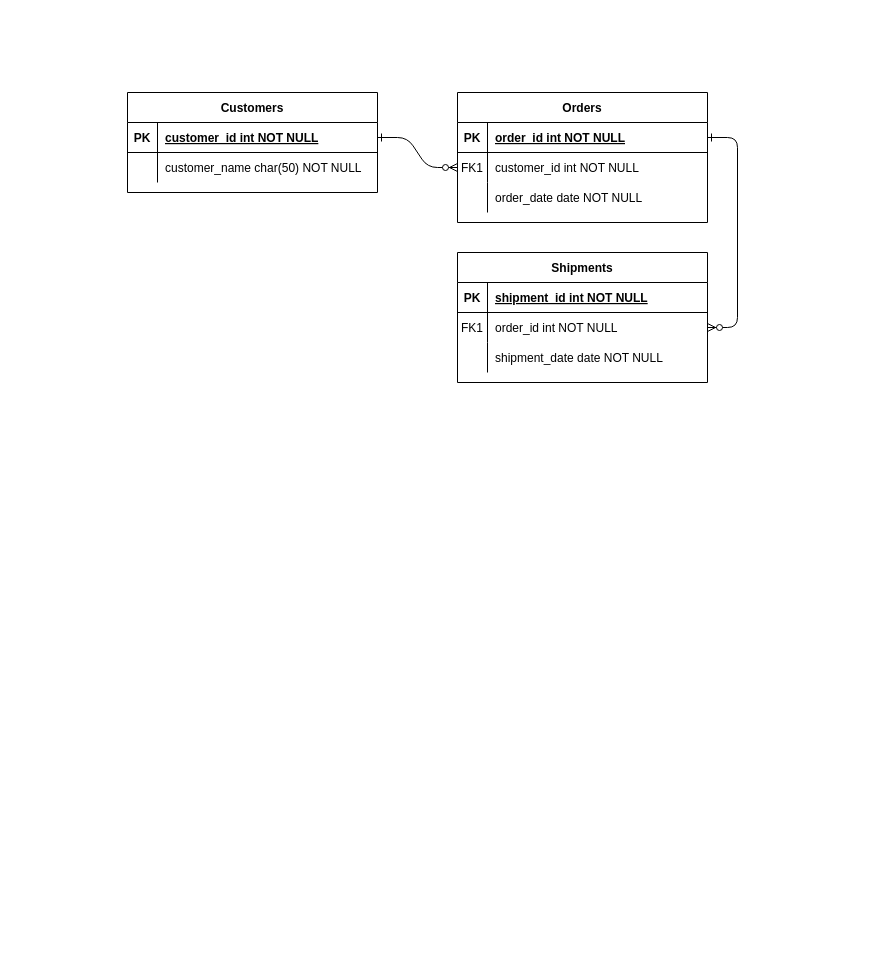
Earlier version of the draw.io diagram Untitled Diagram.drawio (brsosa/sosa). Source tidied: cells renumbered, new cells numbered last; positions are measured from the earlier drawing's top-left corner, leaving out a move shared by most shapes. Both pictures are drawn from the tidied source at 100%, with x=0, y=0 at pixel (127, 92).
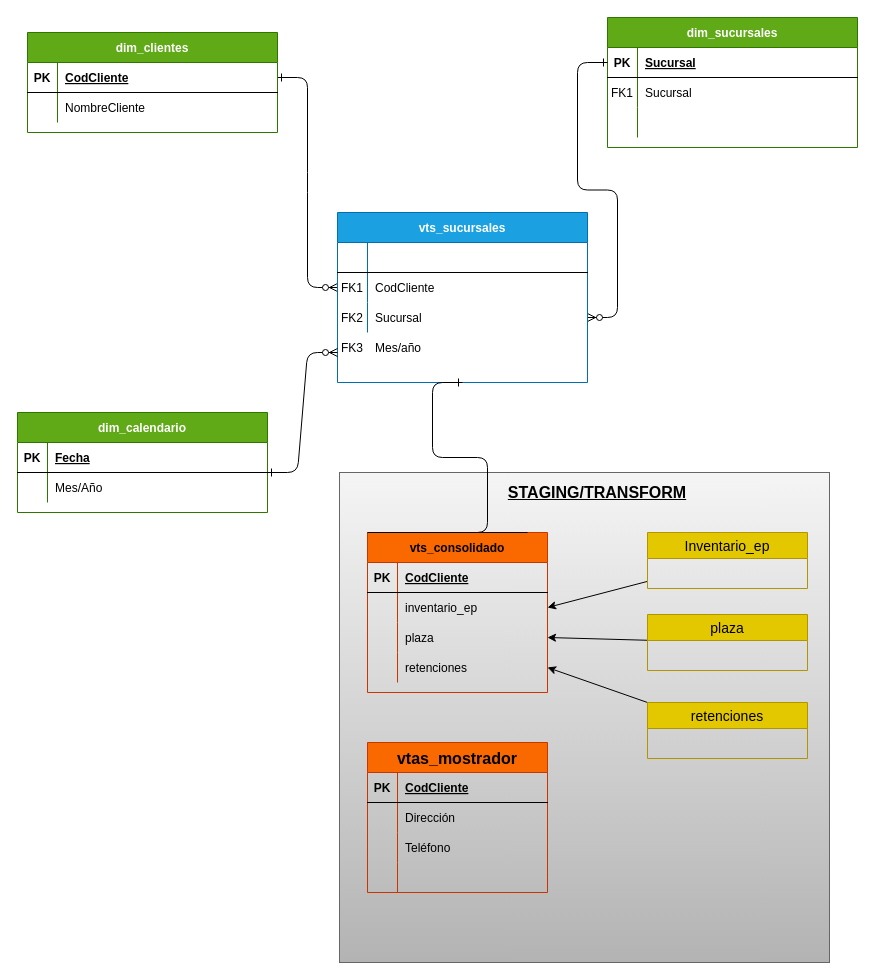
The same diagram, later.

Commit message:
Data Model Suc

The change refers to these unchanged cells:
```xml
<mxCell id="15" style="shape=partialRectangle;fillColor=none;points=[[0,0.5],[1,0.5]];portConstraint=eastwest;top=0;left=0;right=0;bottom=1;" parent="14" vertex="1">
  <mxGeometry y="30" width="250" height="30" as="geometry" />
</mxCell>
<mxCell id="18" style="shape=partialRectangle;fillColor=none;points=[[0,0.5],[1,0.5]];portConstraint=eastwest;top=0;left=0;right=0;bottom=0;" parent="14" vertex="1">
  <mxGeometry y="60" width="250" height="30" as="geometry" />
</mxCell>
<mxCell id="21" style="shape=partialRectangle;fillColor=none;top=0;left=0;right=0;bottom=0;" parent="14" vertex="1">
  <mxGeometry y="90" width="250" height="30" as="geometry" />
</mxCell>
<mxCell id="25" style="shape=partialRectangle;fillColor=none;points=[[0,0.5],[1,0.5]];portConstraint=eastwest;top=0;left=0;right=0;bottom=1;" parent="24" vertex="1">
  <mxGeometry y="30" width="250" height="30" as="geometry" />
</mxCell>
<mxCell id="28" style="shape=partialRectangle;fillColor=none;top=0;left=0;right=0;bottom=0;" parent="24" vertex="1">
  <mxGeometry y="60" width="250" height="30" as="geometry" />
</mxCell>
```

Diff of the diagram source:
```diff
@@
+    <mxCell id="31" style="whiteSpace=wrap;html=1;fontSize=16;strokeWidth=1;strokeColor=#666666;gradientColor=#b3b3b3;fillColor=#f5f5f5;" parent="1" vertex="1">
+      <mxGeometry x="212" y="380" width="490" height="490" as="geometry" />
+    </mxCell>
@@
-    <mxCell id="3" style="edgeStyle=entityRelationEdgeStyle;endArrow=ERzeroToMany;startArrow=ERone;endFill=1;startFill=0;" parent="1" edge="1" source="5" target="18">
-      <mxGeometry relative="1" as="geometry" />
-    </mxCell>
-    <mxCell id="4" value="Orders" style="shape=table;startSize=30;childLayout=tableLayout;rowLines=0;fontStyle=1;align=center;" parent="1" vertex="1">
-      <mxGeometry x="330" width="250" height="130" as="geometry" />
-    </mxCell>
-    <mxCell id="5" style="shape=partialRectangle;fillColor=none;points=[[0,0.5],[1,0.5]];portConstraint=eastwest;top=0;left=0;right=0;bottom=1;" parent="4" vertex="1">
-      <mxGeometry y="30" width="250" height="30" as="geometry" />
-    </mxCell>
-    <mxCell id="6" value="PK" style="shape=partialRectangle;overflow=hidden;fillColor=none;top=0;left=0;bottom=0;right=0;fontStyle=1;" parent="5" vertex="1">
-      <mxGeometry width="30" height="30" as="geometry" />
-    </mxCell>
-    <mxCell id="7" value="order_id int NOT NULL " style="shape=partialRectangle;overflow=hidden;fillColor=none;top=0;left=0;bottom=0;right=0;align=left;spacingLeft=6;fontStyle=5;" parent="5" vertex="1">
-      <mxGeometry x="30" width="220" height="30" as="geometry" />
-    </mxCell>
-    <mxCell id="8" style="shape=partialRectangle;fillColor=none;points=[[0,0.5],[1,0.5]];portConstraint=eastwest;top=0;left=0;right=0;bottom=0;" parent="4" vertex="1">
-      <mxGeometry y="60" width="250" height="30" as="geometry" />
-    </mxCell>
-    <mxCell id="9" value="FK1" style="shape=partialRectangle;overflow=hidden;fillColor=none;top=0;left=0;bottom=0;right=0;" parent="8" vertex="1">
-      <mxGeometry width="30" height="30" as="geometry" />
-    </mxCell>
-    <mxCell id="10" value="customer_id int NOT NULL" style="shape=partialRectangle;overflow=hidden;fillColor=none;top=0;left=0;bottom=0;right=0;align=left;spacingLeft=6;" parent="8" vertex="1">
-      <mxGeometry x="30" width="220" height="30" as="geometry" />
-    </mxCell>
-    <mxCell id="11" style="shape=partialRectangle;fillColor=none;points=[[0,0.5],[1,0.5]];portConstraint=eastwest;top=0;left=0;right=0;bottom=0;" parent="4" vertex="1">
-      <mxGeometry y="90" width="250" height="30" as="geometry" />
-    </mxCell>
-    <mxCell id="12" style="shape=partialRectangle;overflow=hidden;fillColor=none;top=0;left=0;bottom=0;right=0;" parent="11" vertex="1">
-      <mxGeometry width="30" height="30" as="geometry" />
-    </mxCell>
-    <mxCell id="13" value="order_date date NOT NULL" style="shape=partialRectangle;overflow=hidden;fillColor=none;top=0;left=0;bottom=0;right=0;align=left;spacingLeft=6;" parent="11" vertex="1">
-      <mxGeometry x="30" width="220" height="30" as="geometry" />
-    </mxCell>
-    <mxCell id="14" value="Shipments" style="shape=table;startSize=30;childLayout=tableLayout;rowLines=0;fontStyle=1;align=center;" parent="1" vertex="1">
-      <mxGeometry x="330" y="160" width="250" height="130" as="geometry" />
+    <mxCell id="14" value="dim_sucursales" style="shape=table;startSize=30;childLayout=tableLayout;rowLines=0;fontStyle=1;align=center;fillColor=#60a917;strokeColor=#2D7600;fontColor=#ffffff;" parent="1" vertex="1">
+      <mxGeometry x="480" y="-75" width="250" height="130" as="geometry" />
     </mxCell>
@@
-    <mxCell id="17" value="shipment_id int NOT NULL " style="shape=partialRectangle;overflow=hidden;fillColor=none;top=0;left=0;bottom=0;right=0;align=left;spacingLeft=6;fontStyle=5;" parent="15" vertex="1">
+    <mxCell id="17" value="Sucursal" style="shape=partialRectangle;overflow=hidden;fillColor=none;top=0;left=0;bottom=0;right=0;align=left;spacingLeft=6;fontStyle=5;" parent="15" vertex="1">
       <mxGeometry x="30" width="220" height="30" as="geometry" />
     </mxCell>
@@
-    <mxCell id="20" value="order_id int NOT NULL" style="shape=partialRectangle;overflow=hidden;fillColor=none;top=0;left=0;bottom=0;right=0;align=left;spacingLeft=6;" parent="18" vertex="1">
+    <mxCell id="20" value="Sucursal" style="shape=partialRectangle;overflow=hidden;fillColor=none;top=0;left=0;bottom=0;right=0;align=left;spacingLeft=6;" parent="18" vertex="1">
       <mxGeometry x="30" width="220" height="30" as="geometry" />
     </mxCell>
@@
-    <mxCell id="23" value="shipment_date date NOT NULL" style="shape=partialRectangle;overflow=hidden;fillColor=none;top=0;left=0;bottom=0;right=0;align=left;spacingLeft=6;" parent="21" vertex="1">
+    <mxCell id="23" style="shape=partialRectangle;overflow=hidden;fillColor=none;top=0;left=0;bottom=0;right=0;align=left;spacingLeft=6;" parent="21" vertex="1">
       <mxGeometry x="30" width="220" height="30" as="geometry" />
     </mxCell>
-    <mxCell id="24" value="Customers" style="shape=table;startSize=30;childLayout=tableLayout;rowLines=0;fontStyle=1;align=center;" parent="1" vertex="1">
-      <mxGeometry width="250" height="100" as="geometry" />
+    <mxCell id="24" value="dim_clientes" style="shape=table;startSize=30;childLayout=tableLayout;rowLines=0;fontStyle=1;align=center;fillColor=#60a917;strokeColor=#2D7600;fontColor=#ffffff;" parent="1" vertex="1">
+      <mxGeometry x="-100" y="-60" width="250" height="100" as="geometry" />
     </mxCell>
@@
-    <mxCell id="27" value="customer_id int NOT NULL " style="shape=partialRectangle;overflow=hidden;fillColor=none;top=0;left=0;bottom=0;right=0;align=left;spacingLeft=6;fontStyle=5;" parent="25" vertex="1">
+    <mxCell id="27" value="CodCliente" style="shape=partialRectangle;overflow=hidden;fillColor=none;top=0;left=0;bottom=0;right=0;align=left;spacingLeft=6;fontStyle=5;" parent="25" vertex="1">
       <mxGeometry x="30" width="220" height="30" as="geometry" />
     </mxCell>
@@
-    <mxCell id="30" value="customer_name char(50) NOT NULL" style="shape=partialRectangle;overflow=hidden;fillColor=none;top=0;left=0;bottom=0;right=0;align=left;spacingLeft=6;" parent="28" vertex="1">
+    <mxCell id="30" value="NombreCliente" style="shape=partialRectangle;overflow=hidden;fillColor=none;top=0;left=0;bottom=0;right=0;align=left;spacingLeft=6;" parent="28" vertex="1">
       <mxGeometry x="30" width="220" height="30" as="geometry" />
     </mxCell>
+    <mxCell id="3" style="edgeStyle=entityRelationEdgeStyle;endArrow=ERzeroToMany;startArrow=ERone;endFill=1;startFill=0;exitX=0;exitY=0.5;exitDx=0;exitDy=0;" parent="1" edge="1" source="15" target="11">
+      <mxGeometry relative="1" as="geometry" />
+    </mxCell>
+    <mxCell id="32" style="group;" parent="1" vertex="1">
+      <mxGeometry x="-110" y="120" width="570" height="300" as="geometry" />
+    </mxCell>
+    <mxCell id="33" value="dim_calendario" style="shape=table;startSize=30;childLayout=tableLayout;rowLines=0;fontStyle=1;align=center;fillColor=#60a917;strokeColor=#2D7600;fontColor=#ffffff;" parent="32" vertex="1">
+      <mxGeometry y="200" width="250" height="100" as="geometry" />
+    </mxCell>
+    <mxCell id="34" style="shape=partialRectangle;fillColor=none;top=0;left=0;right=0;bottom=1;" parent="33" vertex="1">
+      <mxGeometry y="30" width="250" height="30" as="geometry" />
+    </mxCell>
+    <mxCell id="35" value="PK" style="shape=partialRectangle;overflow=hidden;fillColor=none;top=0;left=0;bottom=0;right=0;fontStyle=1;" parent="34" vertex="1">
+      <mxGeometry width="30" height="30" as="geometry" />
+    </mxCell>
+    <mxCell id="36" value="Fecha" style="shape=partialRectangle;overflow=hidden;fillColor=none;top=0;left=0;bottom=0;right=0;align=left;spacingLeft=6;fontStyle=5;" parent="34" vertex="1">
+      <mxGeometry x="30" width="220" height="30" as="geometry" />
+    </mxCell>
+    <mxCell id="37" style="shape=partialRectangle;fillColor=none;top=0;left=0;right=0;bottom=0;" parent="33" vertex="1">
+      <mxGeometry y="60" width="250" height="30" as="geometry" />
+    </mxCell>
+    <mxCell id="38" style="shape=partialRectangle;overflow=hidden;fillColor=none;top=0;left=0;bottom=0;right=0;" parent="37" vertex="1">
+      <mxGeometry width="30" height="30" as="geometry" />
+    </mxCell>
+    <mxCell id="39" value="Mes/Año" style="shape=partialRectangle;overflow=hidden;fillColor=none;top=0;left=0;bottom=0;right=0;align=left;spacingLeft=6;" parent="37" vertex="1">
+      <mxGeometry x="30" width="220" height="30" as="geometry" />
+    </mxCell>
+    <mxCell id="40" style="group;" parent="32" vertex="1">
+      <mxGeometry x="270" width="300" height="240" as="geometry" />
+    </mxCell>
+    <mxCell id="4" value="vts_sucursales" style="shape=table;startSize=30;childLayout=tableLayout;rowLines=0;fontStyle=1;align=center;fillColor=#1ba1e2;strokeColor=#006EAF;fontColor=#ffffff;" parent="40" vertex="1">
+      <mxGeometry x="50" width="250" height="170" as="geometry" />
+    </mxCell>
+    <mxCell id="5" style="shape=partialRectangle;fillColor=none;points=[[0,0.5],[1,0.5]];portConstraint=eastwest;top=0;left=0;right=0;bottom=1;" parent="4" vertex="1">
+      <mxGeometry y="30" width="250" height="30" as="geometry" />
+    </mxCell>
+    <mxCell id="6" style="shape=partialRectangle;overflow=hidden;fillColor=none;top=0;left=0;bottom=0;right=0;fontStyle=1;" parent="5" vertex="1">
+      <mxGeometry width="30" height="30" as="geometry" />
+    </mxCell>
+    <mxCell id="7" style="shape=partialRectangle;overflow=hidden;fillColor=none;top=0;left=0;bottom=0;right=0;align=left;spacingLeft=6;fontStyle=5;" parent="5" vertex="1">
+      <mxGeometry x="30" width="220" height="30" as="geometry" />
+    </mxCell>
+    <mxCell id="8" style="shape=partialRectangle;fillColor=none;points=[[0,0.5],[1,0.5]];portConstraint=eastwest;top=0;left=0;right=0;bottom=0;" parent="4" vertex="1">
+      <mxGeometry y="60" width="250" height="30" as="geometry" />
+    </mxCell>
+    <mxCell id="9" value="FK1" style="shape=partialRectangle;overflow=hidden;fillColor=none;top=0;left=0;bottom=0;right=0;" parent="8" vertex="1">
+      <mxGeometry width="30" height="30" as="geometry" />
+    </mxCell>
+    <mxCell id="10" value="CodCliente" style="shape=partialRectangle;overflow=hidden;fillColor=none;top=0;left=0;bottom=0;right=0;align=left;spacingLeft=6;" parent="8" vertex="1">
+      <mxGeometry x="30" width="220" height="30" as="geometry" />
+    </mxCell>
+    <mxCell id="11" style="shape=partialRectangle;fillColor=none;points=[[0,0.5],[1,0.5]];portConstraint=eastwest;top=0;left=0;right=0;bottom=0;" parent="4" vertex="1">
+      <mxGeometry y="90" width="250" height="30" as="geometry" />
+    </mxCell>
+    <mxCell id="12" style="shape=partialRectangle;overflow=hidden;fillColor=none;top=0;left=0;bottom=0;right=0;" parent="11" vertex="1">
+      <mxGeometry width="30" height="30" as="geometry" />
+    </mxCell>
+    <mxCell id="13" value="Sucursal" style="shape=partialRectangle;overflow=hidden;fillColor=none;top=0;left=0;bottom=0;right=0;align=left;spacingLeft=6;" parent="11" vertex="1">
+      <mxGeometry x="30" width="220" height="30" as="geometry" />
+    </mxCell>
+    <mxCell id="41" value="Mes/año" style="shape=partialRectangle;overflow=hidden;fillColor=none;top=0;left=0;bottom=0;right=0;align=left;spacingLeft=6;" parent="40" vertex="1">
+      <mxGeometry x="80" y="120" width="220" height="30" as="geometry" />
+    </mxCell>
+    <mxCell id="42" value="FK2" style="shape=partialRectangle;overflow=hidden;fillColor=none;top=0;left=0;bottom=0;right=0;" parent="40" vertex="1">
+      <mxGeometry x="50" y="90" width="30" height="30" as="geometry" />
+    </mxCell>
+    <mxCell id="43" value="FK3" style="shape=partialRectangle;overflow=hidden;fillColor=none;top=0;left=0;bottom=0;right=0;" parent="40" vertex="1">
+      <mxGeometry x="50" y="120" width="30" height="30" as="geometry" />
+    </mxCell>
+    <mxCell id="44" style="edgeStyle=entityRelationEdgeStyle;endArrow=ERzeroToMany;startArrow=ERone;endFill=1;startFill=0;" parent="40" edge="1">
+      <mxGeometry relative="1" as="geometry">
+        <mxPoint x="-20" y="260" as="sourcePoint" />
+        <mxPoint x="50" y="140" as="targetPoint" />
+      </mxGeometry>
+    </mxCell>
+    <mxCell id="45" value="vts_consolidado" style="shape=table;startSize=30;childLayout=tableLayout;rowLines=0;fontStyle=1;align=center;fillColor=#fa6800;strokeColor=#C73500;fontColor=#000000;" parent="1" vertex="1">
+      <mxGeometry x="240" y="440" width="180" height="160" as="geometry" />
+    </mxCell>
+    <mxCell id="46" style="shape=partialRectangle;fillColor=none;top=0;left=0;bottom=1;right=0;" parent="45" vertex="1">
+      <mxGeometry y="30" width="180" height="30" as="geometry" />
+    </mxCell>
+    <mxCell id="47" value="PK" style="shape=partialRectangle;fillColor=none;top=0;left=0;bottom=0;right=0;fontStyle=1;overflow=hidden;" parent="46" vertex="1">
+      <mxGeometry width="30" height="30" as="geometry" />
+    </mxCell>
+    <mxCell id="48" value="CodCliente" style="shape=partialRectangle;fillColor=none;top=0;left=0;bottom=0;right=0;align=left;spacingLeft=6;fontStyle=5;overflow=hidden;" parent="46" vertex="1">
+      <mxGeometry x="30" width="150" height="30" as="geometry" />
+    </mxCell>
+    <mxCell id="49" style="shape=partialRectangle;fillColor=none;top=0;left=0;bottom=0;right=0;points=[[0,0.5],[1,0.5]];portConstraint=eastwest;" parent="45" vertex="1">
+      <mxGeometry y="60" width="180" height="30" as="geometry" />
+    </mxCell>
+    <mxCell id="50" style="shape=partialRectangle;fillColor=none;top=0;left=0;bottom=0;right=0;overflow=hidden;" parent="49" vertex="1">
+      <mxGeometry width="30" height="30" as="geometry" />
+    </mxCell>
+    <mxCell id="51" value="inventario_ep" style="shape=partialRectangle;fillColor=none;top=0;left=0;bottom=0;right=0;align=left;spacingLeft=6;overflow=hidden;" parent="49" vertex="1">
+      <mxGeometry x="30" width="150" height="30" as="geometry" />
+    </mxCell>
+    <mxCell id="52" style="shape=partialRectangle;fillColor=none;top=0;left=0;bottom=0;right=0;points=[[0,0.5],[1,0.5]];portConstraint=eastwest;" parent="45" vertex="1">
+      <mxGeometry y="90" width="180" height="30" as="geometry" />
+    </mxCell>
+    <mxCell id="53" style="shape=partialRectangle;fillColor=none;top=0;left=0;bottom=0;right=0;overflow=hidden;" parent="52" vertex="1">
+      <mxGeometry width="30" height="30" as="geometry" />
+    </mxCell>
+    <mxCell id="54" value="plaza" style="shape=partialRectangle;fillColor=none;top=0;left=0;bottom=0;right=0;align=left;spacingLeft=6;overflow=hidden;" parent="52" vertex="1">
+      <mxGeometry x="30" width="150" height="30" as="geometry" />
+    </mxCell>
+    <mxCell id="55" style="shape=partialRectangle;fillColor=none;top=0;left=0;bottom=0;right=0;points=[[0,0.5],[1,0.5]];portConstraint=eastwest;" parent="45" vertex="1">
+      <mxGeometry y="120" width="180" height="30" as="geometry" />
+    </mxCell>
+    <mxCell id="56" style="shape=partialRectangle;fillColor=none;top=0;left=0;bottom=0;right=0;overflow=hidden;" parent="55" vertex="1">
+      <mxGeometry width="30" height="30" as="geometry" />
+    </mxCell>
+    <mxCell id="57" value="retenciones" style="shape=partialRectangle;fillColor=none;top=0;left=0;bottom=0;right=0;align=left;spacingLeft=6;overflow=hidden;" parent="55" vertex="1">
+      <mxGeometry x="30" width="150" height="30" as="geometry" />
+    </mxCell>
+    <mxCell id="58" style="edgeStyle=none;rounded=0;jettySize=auto;html=1;entryX=1;entryY=0.5;entryDx=0;entryDy=0;" parent="1" edge="1" source="59" target="49">
+      <mxGeometry relative="1" as="geometry" />
+    </mxCell>
+    <mxCell id="59" value="Inventario_ep" style="swimlane;fontStyle=0;horizontal=1;startSize=26;align=center;fontSize=14;fillColor=#e3c800;strokeColor=#B09500;fontColor=#000000;" parent="1" vertex="1">
+      <mxGeometry x="520" y="440" width="160" height="56" as="geometry" />
+    </mxCell>
+    <mxCell id="60" style="edgeStyle=none;rounded=0;jettySize=auto;html=1;entryX=1;entryY=0.5;entryDx=0;entryDy=0;" parent="1" edge="1" source="61" target="52">
+      <mxGeometry relative="1" as="geometry" />
+    </mxCell>
+    <mxCell id="61" value="plaza" style="swimlane;fontStyle=0;horizontal=1;startSize=26;align=center;fontSize=14;fillColor=#e3c800;strokeColor=#B09500;fontColor=#000000;" parent="1" vertex="1">
+      <mxGeometry x="520" y="522" width="160" height="56" as="geometry" />
+    </mxCell>
+    <mxCell id="62" style="edgeStyle=none;rounded=0;jettySize=auto;html=1;entryX=1;entryY=0.5;entryDx=0;entryDy=0;" parent="1" edge="1" source="63" target="55">
+      <mxGeometry relative="1" as="geometry" />
+    </mxCell>
+    <mxCell id="63" value="retenciones" style="swimlane;fontStyle=0;horizontal=1;startSize=26;align=center;fontSize=14;fillColor=#e3c800;strokeColor=#B09500;fontColor=#000000;" parent="1" vertex="1">
+      <mxGeometry x="520" y="610" width="160" height="56" as="geometry" />
+    </mxCell>
+    <mxCell id="64" style="endArrow=none;html=1;rounded=0;" parent="1" edge="1">
+      <mxGeometry relative="1" as="geometry">
+        <mxPoint x="240" y="440" as="sourcePoint" />
+        <mxPoint x="400" y="440" as="targetPoint" />
+      </mxGeometry>
+    </mxCell>
+    <mxCell id="65" value="STAGING/TRANSFORM" style="text;html=1;strokeColor=none;fillColor=none;align=center;verticalAlign=middle;whiteSpace=wrap;rounded=0;strokeWidth=1;fontSize=16;fontStyle=5;" parent="1" vertex="1">
+      <mxGeometry x="450" y="390" width="40" height="20" as="geometry" />
+    </mxCell>
+    <mxCell id="66" value="vtas_mostrador" style="shape=table;startSize=30;childLayout=tableLayout;rowLines=0;fontStyle=1;align=center;fontSize=16;strokeWidth=1;fillColor=#fa6800;strokeColor=#C73500;fontColor=#000000;" parent="1" vertex="1">
+      <mxGeometry x="240" y="650" width="180" height="150" as="geometry" />
+    </mxCell>
+    <mxCell id="67" style="shape=partialRectangle;fillColor=none;top=0;left=0;bottom=1;right=0;" parent="66" vertex="1">
+      <mxGeometry y="30" width="180" height="30" as="geometry" />
+    </mxCell>
+    <mxCell id="68" value="PK" style="shape=partialRectangle;fillColor=none;top=0;left=0;bottom=0;right=0;fontStyle=1;overflow=hidden;" parent="67" vertex="1">
+      <mxGeometry width="30" height="30" as="geometry" />
+    </mxCell>
+    <mxCell id="69" value="CodCliente" style="shape=partialRectangle;fillColor=none;top=0;left=0;bottom=0;right=0;align=left;spacingLeft=6;fontStyle=5;overflow=hidden;" parent="67" vertex="1">
+      <mxGeometry x="30" width="150" height="30" as="geometry" />
+    </mxCell>
+    <mxCell id="70" style="shape=partialRectangle;fillColor=none;top=0;left=0;bottom=0;right=0;" parent="66" vertex="1">
+      <mxGeometry y="60" width="180" height="30" as="geometry" />
+    </mxCell>
+    <mxCell id="71" style="shape=partialRectangle;fillColor=none;top=0;left=0;bottom=0;right=0;overflow=hidden;" parent="70" vertex="1">
+      <mxGeometry width="30" height="30" as="geometry" />
+    </mxCell>
+    <mxCell id="72" value="Dirección" style="shape=partialRectangle;fillColor=none;top=0;left=0;bottom=0;right=0;align=left;spacingLeft=6;overflow=hidden;" parent="70" vertex="1">
+      <mxGeometry x="30" width="150" height="30" as="geometry" />
+    </mxCell>
+    <mxCell id="73" style="shape=partialRectangle;fillColor=none;top=0;left=0;bottom=0;right=0;" parent="66" vertex="1">
+      <mxGeometry y="90" width="180" height="30" as="geometry" />
+    </mxCell>
+    <mxCell id="74" style="shape=partialRectangle;fillColor=none;top=0;left=0;bottom=0;right=0;overflow=hidden;" parent="73" vertex="1">
+      <mxGeometry width="30" height="30" as="geometry" />
+    </mxCell>
+    <mxCell id="75" value="Teléfono" style="shape=partialRectangle;fillColor=none;top=0;left=0;bottom=0;right=0;align=left;spacingLeft=6;overflow=hidden;" parent="73" vertex="1">
+      <mxGeometry x="30" width="150" height="30" as="geometry" />
+    </mxCell>
+    <mxCell id="76" style="shape=partialRectangle;fillColor=none;top=0;left=0;bottom=0;right=0;" parent="66" vertex="1">
+      <mxGeometry y="120" width="180" height="30" as="geometry" />
+    </mxCell>
+    <mxCell id="77" style="shape=partialRectangle;fillColor=none;top=0;left=0;bottom=0;right=0;overflow=hidden;" parent="76" vertex="1">
+      <mxGeometry width="30" height="30" as="geometry" />
+    </mxCell>
+    <mxCell id="78" style="shape=partialRectangle;fillColor=none;top=0;left=0;bottom=0;right=0;align=left;spacingLeft=6;overflow=hidden;" parent="76" vertex="1">
+      <mxGeometry x="30" width="150" height="30" as="geometry" />
+    </mxCell>
+    <mxCell id="79" style="edgeStyle=entityRelationEdgeStyle;fontSize=12;html=1;endArrow=ERone;endFill=1;entryX=0.5;entryY=1;entryDx=0;entryDy=0;" parent="1" edge="1" target="4">
+      <mxGeometry relative="1" as="geometry">
+        <mxPoint x="330" y="440" as="sourcePoint" />
+      </mxGeometry>
+    </mxCell>
```
